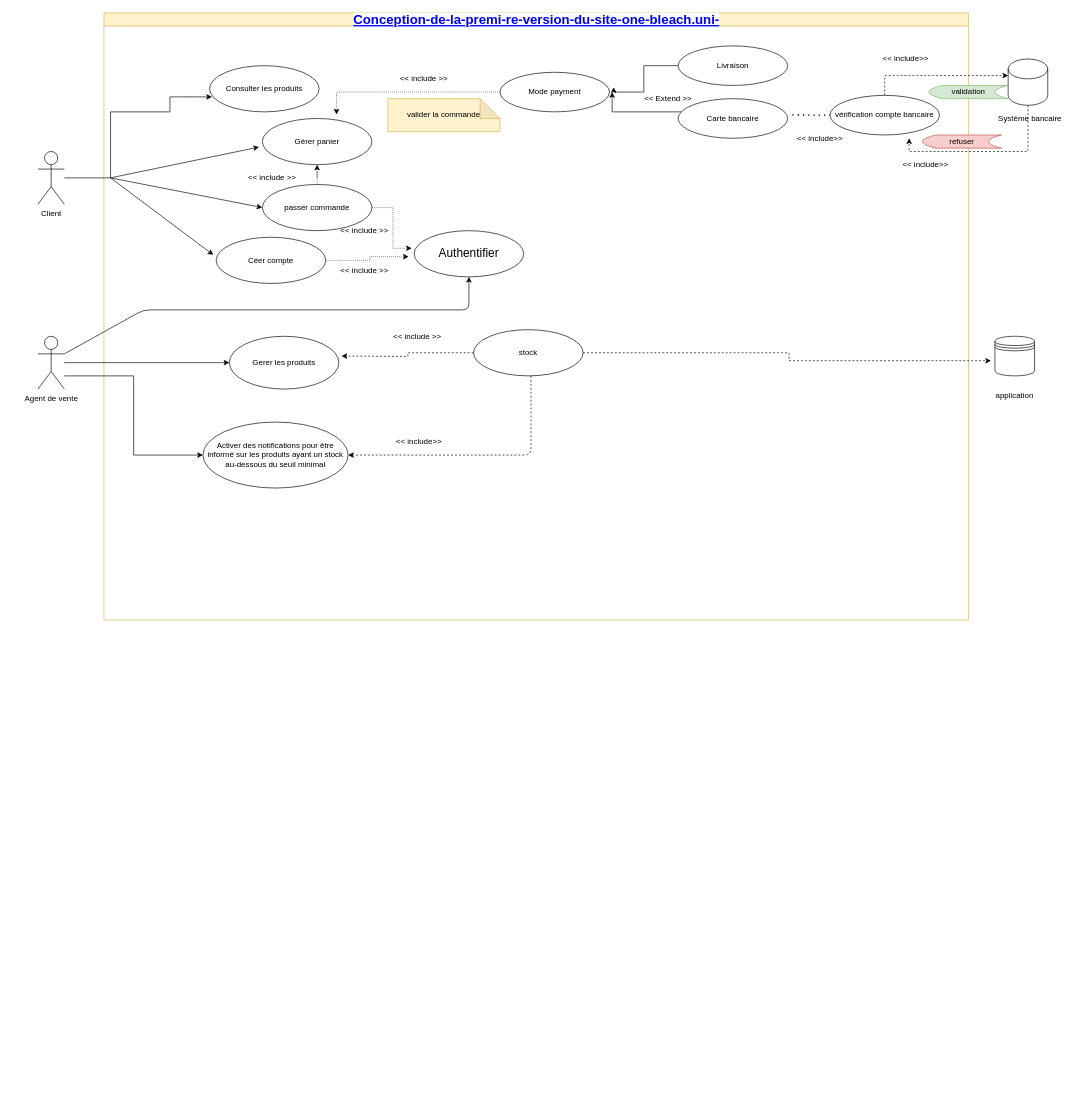
Before: Untitled Diagram.drawio in said11707/Conception-de-la-premi-re-version-du-site-one-bleach.uni-, a draw.io diagram. Source tidied: cells renumbered, new cells numbered last; positions are measured from the earlier drawing's top-left corner, leaving out a move shared by most shapes. Both pictures are drawn from the tidied source at 66%, with x=0, y=0 at pixel (38, 13).
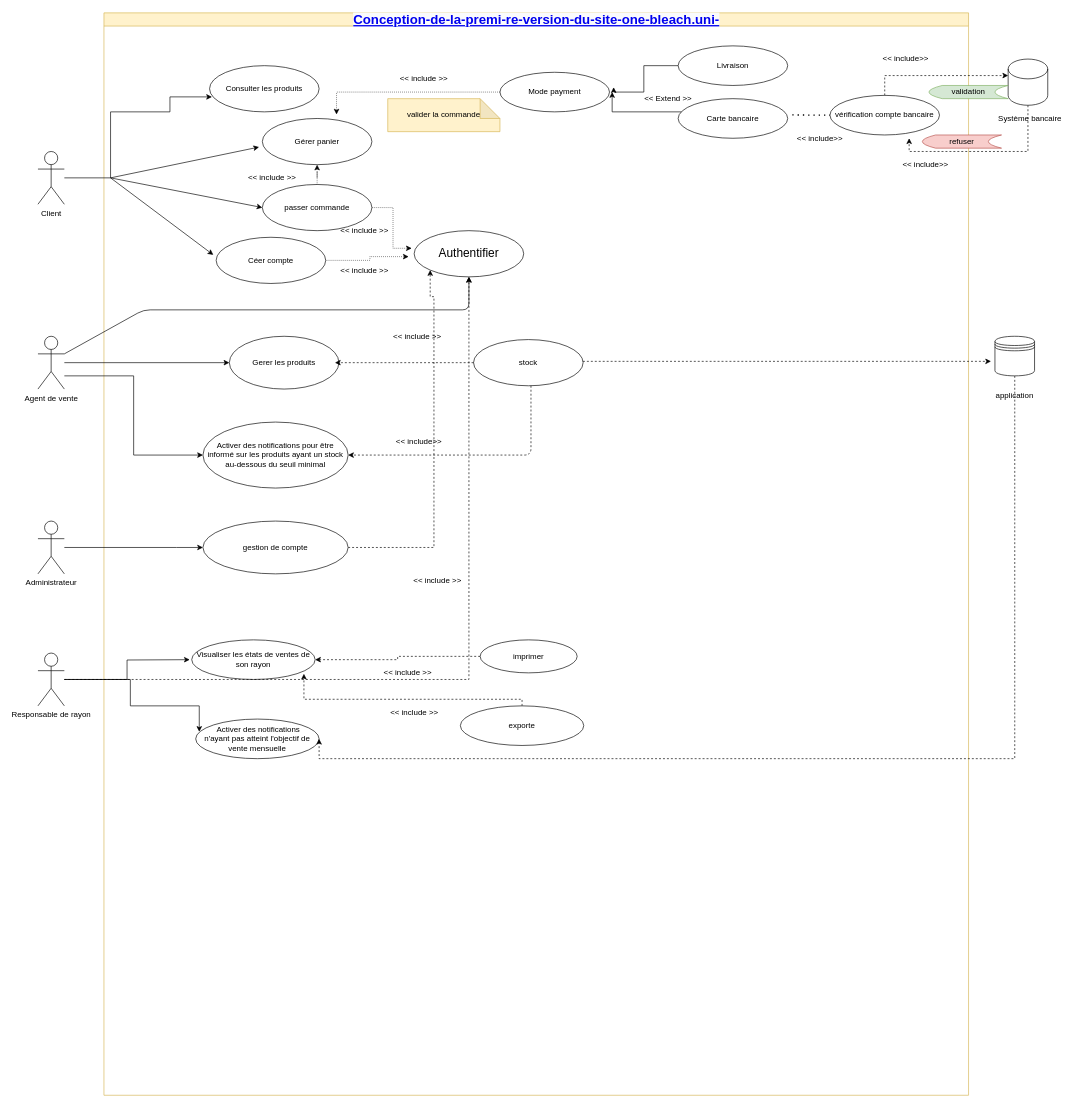
The same diagram, later.

The change refers to these unchanged cells:
```xml
<mxCell id="12" value="&lt;p style=&quot;line-height: 140% ; font-size: 18px&quot;&gt;Authentifier &lt;br&gt;&lt;/p&gt;" style="ellipse;whiteSpace=wrap;html=1;" parent="2" vertex="1">
  <mxGeometry x="470" y="330" width="166" height="70" as="geometry" />
</mxCell>
<mxCell id="28" value="Activer des notifications pour être informé sur les produits ayant un stock au-dessous du seuil minimal" style="ellipse;whiteSpace=wrap;html=1;" parent="2" vertex="1">
  <mxGeometry x="150" y="620" width="220" height="100" as="geometry" />
</mxCell>
<mxCell id="49" style="shape=datastore;whiteSpace=wrap;html=1;" parent="1" vertex="1">
  <mxGeometry x="1450" y="490" width="60" height="60" as="geometry" />
</mxCell>
```

Diff of the diagram source:
```diff
@@
     <mxCell id="2" value="&lt;a class=&quot;&quot; href=&quot;https://github.com/said11707/Conception-de-la-premi-re-version-du-site-one-bleach.uni-&quot; style=&quot;box-sizing: border-box ; background-color: rgb(250 , 251 , 252) ; font-family: , &amp;#34;blinkmacsystemfont&amp;#34; , &amp;#34;segoe ui&amp;#34; , &amp;#34;helvetica&amp;#34; , &amp;#34;arial&amp;#34; , sans-serif , &amp;#34;apple color emoji&amp;#34; , &amp;#34;segoe ui emoji&amp;#34; ; font-size: 20px&quot;&gt;Conception-de-la-premi-re-version-du-site-one-bleach.uni-&lt;/a&gt;" style="swimlane;html=1;startSize=20;horizontal=1;containerType=tree;glass=0;fillColor=#fff2cc;strokeColor=#d6b656;" parent="1" vertex="1">
-      <mxGeometry x="100" width="1310" height="920" as="geometry" />
+      <mxGeometry x="100" width="1310" height="1640" as="geometry" />
     </mxCell>
@@
     <mxCell id="29" value="stock" style="ellipse;whiteSpace=wrap;html=1;" parent="2" vertex="1">
-      <mxGeometry x="560" y="480" width="166" height="70" as="geometry" />
+      <mxGeometry x="560" y="495" width="166" height="70" as="geometry" />
     </mxCell>
@@
     <mxCell id="31" style="endArrow=classic;html=1;dashed=1;entryX=1;entryY=0.5;entryDx=0;entryDy=0;" parent="2" edge="1" target="28">
       <mxGeometry relative="1" as="geometry">
-        <mxPoint x="647" y="550" as="sourcePoint" />
+        <mxPoint x="647" y="565" as="sourcePoint" />
         <Array as="points">
           <mxPoint x="647" y="670" />
         </Array>
       </mxGeometry>
     </mxCell>
@@
+    <mxCell id="53" style="edgeStyle=orthogonalEdgeStyle;rounded=0;jettySize=auto;html=1;dashed=1;entryX=0;entryY=1;entryDx=0;entryDy=0;" parent="2" edge="1" source="54" target="12">
+      <mxGeometry relative="1" as="geometry">
+        <Array as="points">
+          <mxPoint x="500" y="810" />
+          <mxPoint x="500" y="430" />
+          <mxPoint x="494" y="430" />
+        </Array>
+      </mxGeometry>
+    </mxCell>
+    <mxCell id="54" value="gestion de compte" style="ellipse;whiteSpace=wrap;html=1;" parent="2" vertex="1">
+      <mxGeometry x="150" y="770" width="220" height="80" as="geometry" />
+    </mxCell>
+    <mxCell id="55" value="Visualiser les états de ventes de son rayon" style="ellipse;whiteSpace=wrap;html=1;" parent="2" vertex="1">
+      <mxGeometry x="133" y="950" width="187" height="60" as="geometry" />
+    </mxCell>
+    <mxCell id="56" value="&amp;nbsp;Activer des notifications&lt;br&gt;n'ayant pas atteint l'objectif de vente mensuelle" style="ellipse;whiteSpace=wrap;html=1;" parent="2" vertex="1">
+      <mxGeometry x="139" y="1070" width="187" height="60" as="geometry" />
+    </mxCell>
+    <mxCell id="57" style="edgeStyle=orthogonalEdgeStyle;rounded=0;jettySize=auto;html=1;entryX=1;entryY=0.5;entryDx=0;entryDy=0;dashed=1;" parent="2" edge="1" source="58" target="55">
+      <mxGeometry relative="1" as="geometry" />
+    </mxCell>
+    <mxCell id="58" value="imprimer" style="ellipse;whiteSpace=wrap;html=1;" parent="2" vertex="1">
+      <mxGeometry x="570" y="950" width="147" height="50" as="geometry" />
+    </mxCell>
+    <mxCell id="59" style="edgeStyle=orthogonalEdgeStyle;rounded=0;jettySize=auto;html=1;entryX=0.909;entryY=0.856;entryDx=0;entryDy=0;entryPerimeter=0;dashed=1;" parent="2" edge="1" source="60" target="55">
+      <mxGeometry relative="1" as="geometry">
+        <Array as="points">
+          <mxPoint x="634" y="1040" />
+          <mxPoint x="303" y="1040" />
+        </Array>
+      </mxGeometry>
+    </mxCell>
+    <mxCell id="60" value="exporte" style="ellipse;whiteSpace=wrap;html=1;" parent="2" vertex="1">
+      <mxGeometry x="540" y="1050" width="187" height="60" as="geometry" />
+    </mxCell>
+    <mxCell id="61" value="&amp;lt;&amp;lt; include &amp;gt;&amp;gt;" style="text;html=1;align=center;verticalAlign=middle;" parent="2" vertex="1">
+      <mxGeometry x="425" y="1050" width="90" height="20" as="geometry" />
+    </mxCell>
+    <mxCell id="62" value="&amp;lt;&amp;lt; include &amp;gt;&amp;gt;" style="text;html=1;align=center;verticalAlign=middle;" parent="2" vertex="1">
+      <mxGeometry x="460" y="850" width="90" height="20" as="geometry" />
+    </mxCell>
@@
     <mxCell id="48" style="edgeStyle=orthogonalEdgeStyle;rounded=0;jettySize=auto;html=1;dashed=1;" parent="1" edge="1" source="29">
       <mxGeometry relative="1" as="geometry">
-        <mxPoint x="460" y="520" as="targetPoint" />
+        <mxPoint x="450" y="530" as="targetPoint" />
+        <Array as="points">
+          <mxPoint x="460" y="530" />
+        </Array>
       </mxGeometry>
     </mxCell>
+    <mxCell id="63" style="edgeStyle=orthogonalEdgeStyle;rounded=0;jettySize=auto;html=1;exitX=0.5;exitY=1;exitDx=0;exitDy=0;dashed=1;entryX=1;entryY=0.5;entryDx=0;entryDy=0;" parent="1" edge="1" source="49" target="56">
+      <mxGeometry relative="1" as="geometry">
+        <Array as="points">
+          <mxPoint x="1480" y="1130" />
+          <mxPoint x="426" y="1130" />
+        </Array>
+      </mxGeometry>
+    </mxCell>
@@
-    <mxCell id="51" style="edgeStyle=orthogonalEdgeStyle;rounded=0;jettySize=auto;html=1;entryX=-0.1;entryY=0.617;entryDx=0;entryDy=0;entryPerimeter=0;dashed=1;" parent="1" edge="1" source="29" target="49">
+    <mxCell id="51" style="edgeStyle=orthogonalEdgeStyle;rounded=0;orthogonalLoop=1;jettySize=auto;html=1;entryX=-0.1;entryY=0.617;entryDx=0;entryDy=0;entryPerimeter=0;dashed=1;" parent="1" edge="1">
       <mxGeometry relative="1" as="geometry">
+        <mxPoint x="825.7" y="528" as="sourcePoint" />
+        <mxPoint x="1444" y="528" as="targetPoint" />
         <Array as="points">
-          <mxPoint x="1138" y="515" />
-          <mxPoint x="1138" y="527" />
+          <mxPoint x="980" y="528" />
+          <mxPoint x="980" y="528" />
         </Array>
       </mxGeometry>
     </mxCell>
@@
+    <mxCell id="64" style="edgeStyle=orthogonalEdgeStyle;rounded=0;jettySize=auto;html=1;" parent="1" edge="1" source="65">
+      <mxGeometry relative="1" as="geometry">
+        <mxPoint x="250" y="810" as="targetPoint" />
+        <Array as="points">
+          <mxPoint x="210" y="810" />
+          <mxPoint x="210" y="810" />
+        </Array>
+      </mxGeometry>
+    </mxCell>
+    <mxCell id="65" value="Administrateur" style="shape=umlActor;verticalLabelPosition=bottom;verticalAlign=top;html=1;outlineConnect=0;" parent="1" vertex="1">
+      <mxGeometry y="770" width="40" height="80" as="geometry" />
+    </mxCell>
+    <mxCell id="66" style="edgeStyle=orthogonalEdgeStyle;rounded=0;jettySize=auto;html=1;" parent="1" edge="1" source="69">
+      <mxGeometry relative="1" as="geometry">
+        <mxPoint x="230" y="980" as="targetPoint" />
+      </mxGeometry>
+    </mxCell>
+    <mxCell id="67" style="edgeStyle=orthogonalEdgeStyle;rounded=0;jettySize=auto;html=1;entryX=0.029;entryY=0.322;entryDx=0;entryDy=0;entryPerimeter=0;" parent="1" edge="1" source="69" target="56">
+      <mxGeometry relative="1" as="geometry">
+        <Array as="points">
+          <mxPoint x="140" y="1010" />
+          <mxPoint x="140" y="1050" />
+          <mxPoint x="244" y="1050" />
+        </Array>
+      </mxGeometry>
+    </mxCell>
+    <mxCell id="68" style="edgeStyle=orthogonalEdgeStyle;rounded=0;jettySize=auto;html=1;entryX=0.5;entryY=1;entryDx=0;entryDy=0;dashed=1;" parent="1" edge="1" source="69" target="12">
+      <mxGeometry relative="1" as="geometry" />
+    </mxCell>
+    <mxCell id="69" value="Responsable de rayon" style="shape=umlActor;verticalLabelPosition=bottom;verticalAlign=top;html=1;outlineConnect=0;" parent="1" vertex="1">
+      <mxGeometry y="970" width="40" height="80" as="geometry" />
+    </mxCell>
+    <mxCell id="70" value="&amp;lt;&amp;lt; include &amp;gt;&amp;gt;" style="text;html=1;align=center;verticalAlign=middle;" parent="1" vertex="1">
+      <mxGeometry x="515" y="990" width="90" height="20" as="geometry" />
+    </mxCell>
```
